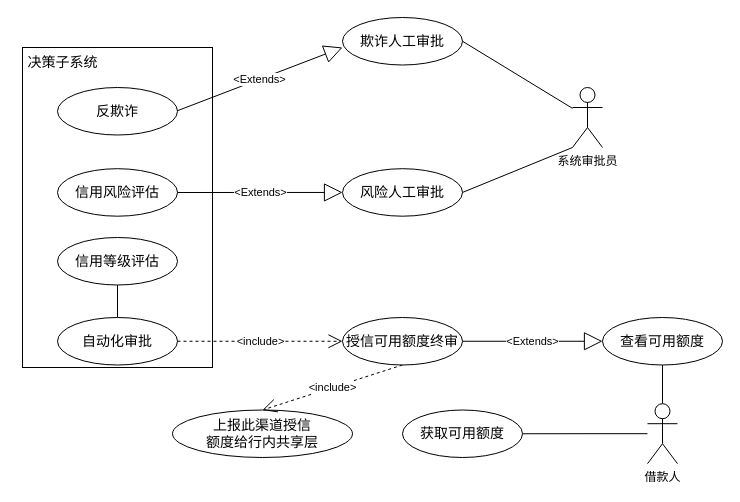
Above: 授信审批用例图.drawio in wuxiao-web/graduationThesis (draw.io), before the change. Source tidied: cells renumbered, new cells numbered last; positions are measured from the earlier drawing's top-left corner, leaving out a move shared by most shapes. Both pictures are drawn from the tidied source at 100%, with x=0, y=0 at pixel (17, 17).
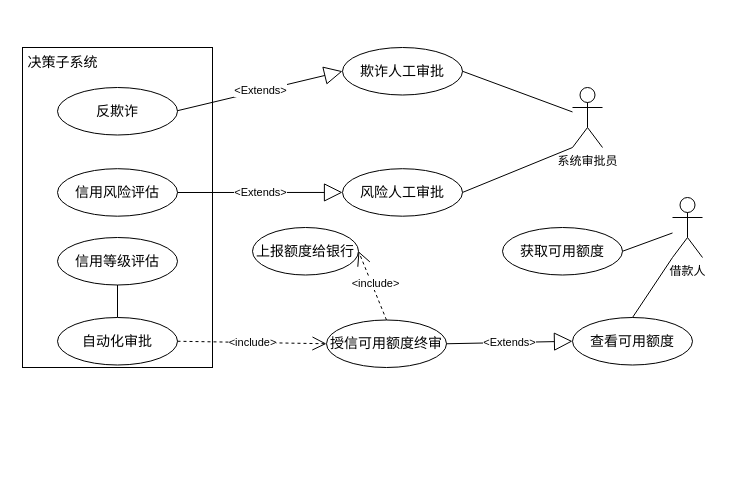
After the change.

Commit message:
更新授信审批用例图.drawio

The edit, as a diff of the source:
```diff
@@
-    <mxCell id="9" value="&amp;lt;Extends&amp;gt;" style="endArrow=block;endSize=16;endFill=0;html=1;rounded=0;" parent="1" edge="1">
+    <mxCell id="9" value="&amp;lt;Extends&amp;gt;" style="endArrow=block;endSize=16;endFill=0;html=1;rounded=0;entryX=0;entryY=0.5;entryDx=0;entryDy=0;" parent="1" edge="1" target="10">
       <mxGeometry relative="1" as="geometry">
         <mxPoint x="160" y="93.2" as="sourcePoint" />
-        <mxPoint x="325" y="30" as="targetPoint" />
       </mxGeometry>
     </mxCell>
     <mxCell id="10" value="&lt;span style=&quot;font-size: 14px;&quot;&gt;欺诈人工审批&lt;/span&gt;" style="ellipse;whiteSpace=wrap;html=1;" parent="1" vertex="1">
-      <mxGeometry x="325" width="120" height="47.5" as="geometry" />
+      <mxGeometry x="325" y="30" width="120" height="47.5" as="geometry" />
     </mxCell>
@@
     <mxCell id="17" value="&lt;span style=&quot;font-size: 14px;&quot;&gt;授信可用额度终审&lt;/span&gt;" style="ellipse;whiteSpace=wrap;html=1;" parent="1" vertex="1">
-      <mxGeometry x="325" y="300" width="120" height="47.5" as="geometry" />
+      <mxGeometry x="309" y="302.5" width="120" height="47.5" as="geometry" />
     </mxCell>
@@
     <mxCell id="19" value="&lt;span style=&quot;font-size: 14px;&quot;&gt;查看可用额度&lt;/span&gt;" style="ellipse;whiteSpace=wrap;html=1;" parent="1" vertex="1">
-      <mxGeometry x="585" y="300" width="120" height="47.5" as="geometry" />
+      <mxGeometry x="555" y="300" width="120" height="47.5" as="geometry" />
     </mxCell>
-    <mxCell id="20" style="rounded=0;jettySize=auto;html=1;entryX=0.5;entryY=1;entryDx=0;entryDy=0;endArrow=none;endFill=0;" parent="1" edge="1" source="22" target="19">
+    <mxCell id="20" style="rounded=0;jettySize=auto;html=1;entryX=0.5;entryY=0;entryDx=0;entryDy=0;endArrow=none;endFill=0;exitX=0;exitY=1;exitDx=0;exitDy=0;exitPerimeter=0;" parent="1" edge="1" source="22" target="19">
       <mxGeometry relative="1" as="geometry" />
     </mxCell>
-    <mxCell id="21" style="edgeStyle=orthogonalEdgeStyle;rounded=0;jettySize=auto;html=1;endArrow=none;endFill=0;entryX=1;entryY=0.5;entryDx=0;entryDy=0;" parent="1" edge="1" source="22" target="23">
+    <mxCell id="21" style="rounded=0;jettySize=auto;html=1;endArrow=none;endFill=0;entryX=1;entryY=0.5;entryDx=0;entryDy=0;" parent="1" edge="1" source="22" target="23">
       <mxGeometry relative="1" as="geometry" />
     </mxCell>
     <mxCell id="22" value="借款人" style="shape=umlActor;verticalLabelPosition=bottom;verticalAlign=top;html=1;" parent="1" vertex="1">
-      <mxGeometry x="630" y="386.2" width="30" height="60" as="geometry" />
+      <mxGeometry x="655" y="180" width="30" height="60" as="geometry" />
     </mxCell>
     <mxCell id="23" value="&lt;span style=&quot;font-size: 14px;&quot;&gt;获取可用额度&lt;/span&gt;" style="ellipse;whiteSpace=wrap;html=1;" parent="1" vertex="1">
-      <mxGeometry x="385" y="392.5" width="120" height="47.5" as="geometry" />
+      <mxGeometry x="485" y="210" width="120" height="47.5" as="geometry" />
     </mxCell>
-    <mxCell id="24" value="&lt;span style=&quot;font-size: 14px;&quot;&gt;上报此渠道授信&lt;br&gt;额度给行内共享层&lt;/span&gt;" style="ellipse;whiteSpace=wrap;html=1;" parent="1" vertex="1">
-      <mxGeometry x="155" y="392.5" width="180" height="47.5" as="geometry" />
+    <mxCell id="24" value="&lt;span style=&quot;font-size: 14px;&quot;&gt;上报额度给银行&lt;/span&gt;" style="ellipse;whiteSpace=wrap;html=1;" parent="1" vertex="1">
+      <mxGeometry x="235" y="210" width="106" height="47.5" as="geometry" />
     </mxCell>
-    <mxCell id="25" value="&amp;lt;include&amp;gt;" style="endArrow=open;endSize=12;dashed=1;html=1;rounded=0;exitX=0.5;exitY=1;exitDx=0;exitDy=0;entryX=0.5;entryY=0;entryDx=0;entryDy=0;" parent="1" edge="1" source="17" target="24">
-      <mxGeometry relative="1" as="geometry" />
+    <mxCell id="25" value="&amp;lt;include&amp;gt;" style="endArrow=open;endSize=12;dashed=1;html=1;rounded=0;exitX=0.5;exitY=0;exitDx=0;exitDy=0;entryX=1;entryY=0.5;entryDx=0;entryDy=0;" parent="1" edge="1" source="17" target="24">
+      <mxGeometry x="0.02" y="-4" relative="1" as="geometry" />
     </mxCell>
```
